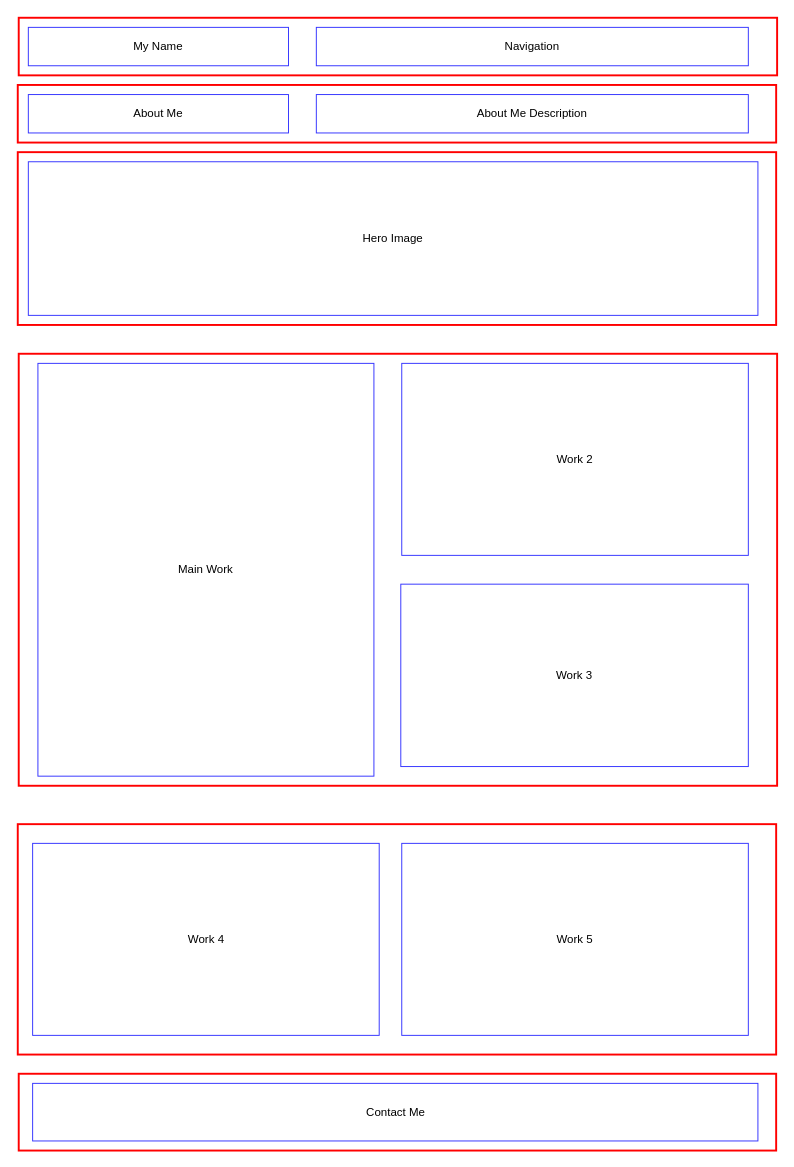
Above: assets/wireframe.drawio in bernardjbs/hw-boot-wk02-professional_portfolio (draw.io), before the change. Source tidied: cells renumbered, new cells numbered last; positions are measured from the earlier drawing's top-left corner, leaving out a move shared by most shapes. Both pictures are drawn from the tidied source at 96%, with x=0, y=0 at pixel (17, 17).
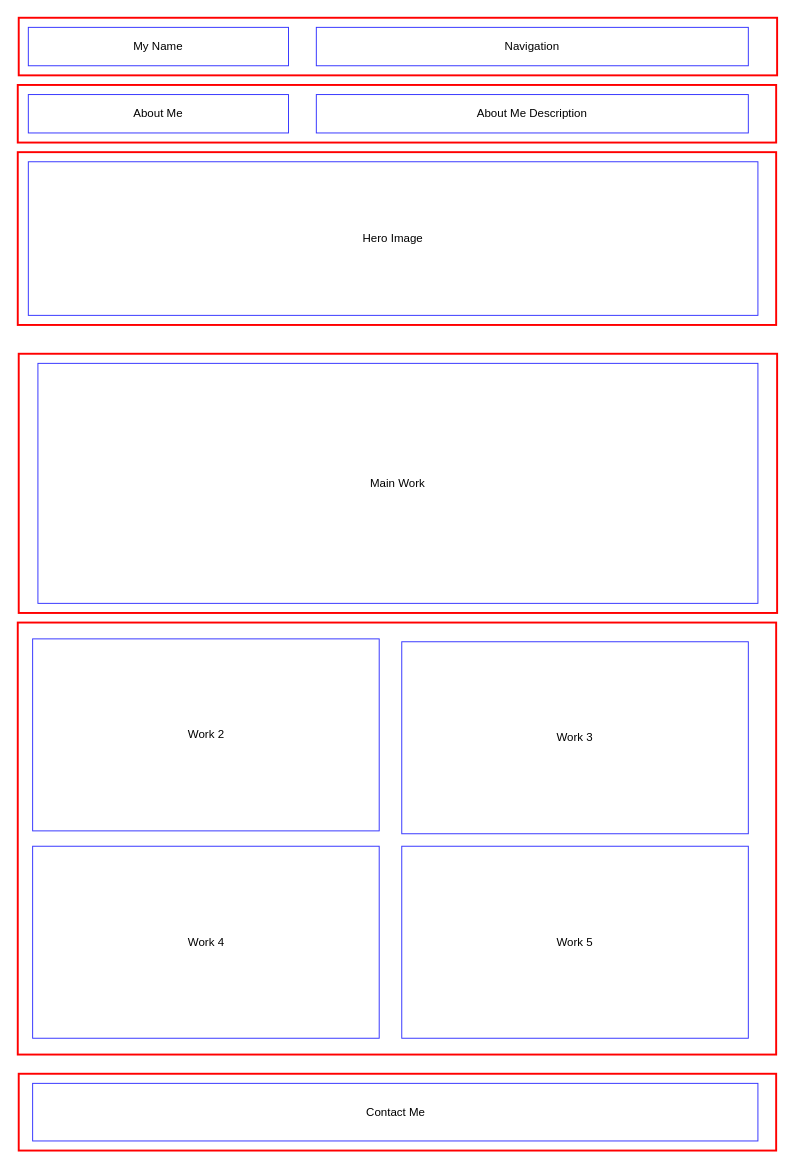
After the change.

Commit message (it also covers changes not shown here):
Improved layout. Media queries. More styles. Updated wireframe

What changed in the source:
```diff
@@
 <mxGraphModel>
   <root>
     <mxCell id="0" />
     <mxCell id="1" parent="0" />
     <mxCell id="2" style="rounded=0;whiteSpace=wrap;html=1;fillColor=none;fontColor=#ffffff;strokeColor=#FF0000;strokeWidth=2;" parent="1" vertex="1">
-      <mxGeometry x="1" y="350" width="790" height="450" as="geometry" />
+      <mxGeometry x="1" y="350" width="790" height="270" as="geometry" />
     </mxCell>
     <mxCell id="3" style="rounded=0;whiteSpace=wrap;html=1;strokeColor=#FF0000;strokeWidth=2;" parent="1" vertex="1">
       <mxGeometry x="1" width="790" height="60" as="geometry" />
     </mxCell>
     <mxCell id="4" style="rounded=0;whiteSpace=wrap;html=1;strokeColor=#FF0000;strokeWidth=2;" parent="1" vertex="1">
       <mxGeometry y="70" width="790" height="60" as="geometry" />
     </mxCell>
     <mxCell id="5" style="rounded=0;whiteSpace=wrap;html=1;strokeWidth=2;strokeColor=#FF0000;" parent="1" vertex="1">
       <mxGeometry y="140" width="790" height="180" as="geometry" />
     </mxCell>
     <mxCell id="6" value="Main Work" style="rounded=0;whiteSpace=wrap;html=1;fillColor=default;strokeColor=#3333FF;" parent="1" vertex="1">
-      <mxGeometry x="21" y="360" width="350" height="430" as="geometry" />
+      <mxGeometry x="21" y="360" width="750" height="250" as="geometry" />
     </mxCell>
-    <mxCell id="7" value="Work 2" style="rounded=0;whiteSpace=wrap;html=1;strokeColor=#3333FF;fillColor=default;" parent="1" vertex="1">
-      <mxGeometry x="400" y="360" width="361" height="200" as="geometry" />
-    </mxCell>
-    <mxCell id="8" value="Work 3" style="rounded=0;whiteSpace=wrap;html=1;fillColor=default;strokeColor=#3333FF;" parent="1" vertex="1">
-      <mxGeometry x="399" y="590" width="362" height="190" as="geometry" />
-    </mxCell>
     <mxCell id="9" value="My Name" style="rounded=0;whiteSpace=wrap;html=1;strokeColor=#3333FF;fillColor=default;" parent="1" vertex="1">
       <mxGeometry x="11" y="10" width="271" height="40" as="geometry" />
     </mxCell>
     <mxCell id="10" value="Navigation" style="rounded=0;whiteSpace=wrap;html=1;strokeColor=#3333FF;fillColor=default;" parent="1" vertex="1">
       <mxGeometry x="311" y="10" width="450" height="40" as="geometry" />
     </mxCell>
     <mxCell id="11" value="About Me" style="rounded=0;whiteSpace=wrap;html=1;strokeColor=#3333FF;fillColor=default;" parent="1" vertex="1">
       <mxGeometry x="11" y="80" width="271" height="40" as="geometry" />
     </mxCell>
     <mxCell id="12" value="About Me Description" style="rounded=0;whiteSpace=wrap;html=1;strokeColor=#3333FF;fillColor=default;" parent="1" vertex="1">
       <mxGeometry x="311" y="80" width="450" height="40" as="geometry" />
     </mxCell>
     <mxCell id="13" value="Hero Image" style="rounded=0;whiteSpace=wrap;html=1;strokeColor=#3333FF;fillColor=default;" parent="1" vertex="1">
       <mxGeometry x="11" y="150" width="760" height="160" as="geometry" />
     </mxCell>
     <mxCell id="14" style="rounded=0;whiteSpace=wrap;html=1;fillColor=none;fontColor=#ffffff;strokeColor=#FF0000;strokeWidth=2;" parent="1" vertex="1">
-      <mxGeometry y="840" width="790" height="240" as="geometry" />
+      <mxGeometry y="630" width="790" height="450" as="geometry" />
     </mxCell>
     <mxCell id="15" value="Work 4" style="rounded=0;whiteSpace=wrap;html=1;strokeColor=#3333FF;fillColor=default;" parent="1" vertex="1">
-      <mxGeometry x="15.5" y="860" width="361" height="200" as="geometry" />
+      <mxGeometry x="15.5" y="863" width="361" height="200" as="geometry" />
     </mxCell>
     <mxCell id="16" value="Work 5" style="rounded=0;whiteSpace=wrap;html=1;strokeColor=#3333FF;fillColor=default;" parent="1" vertex="1">
-      <mxGeometry x="400" y="860" width="361" height="200" as="geometry" />
+      <mxGeometry x="400" y="863" width="361" height="200" as="geometry" />
     </mxCell>
     <mxCell id="17" style="rounded=0;whiteSpace=wrap;html=1;fillColor=none;fontColor=#ffffff;strokeColor=#FF0000;strokeWidth=2;" parent="1" vertex="1">
       <mxGeometry x="1" y="1100" width="789" height="80" as="geometry" />
     </mxCell>
     <mxCell id="18" value="Contact Me" style="rounded=0;whiteSpace=wrap;html=1;strokeColor=#3333FF;fillColor=default;" parent="1" vertex="1">
       <mxGeometry x="15.5" y="1110" width="755.5" height="60" as="geometry" />
     </mxCell>
+    <mxCell id="7" value="Work 2" style="rounded=0;whiteSpace=wrap;html=1;strokeColor=#3333FF;fillColor=default;" parent="1" vertex="1">
+      <mxGeometry x="15.5" y="647" width="361" height="200" as="geometry" />
+    </mxCell>
+    <mxCell id="8" value="Work 3" style="rounded=0;whiteSpace=wrap;html=1;strokeColor=#3333FF;fillColor=default;" parent="1" vertex="1">
+      <mxGeometry x="400" y="650" width="361" height="200" as="geometry" />
+    </mxCell>
   </root>
 </mxGraphModel>
```
